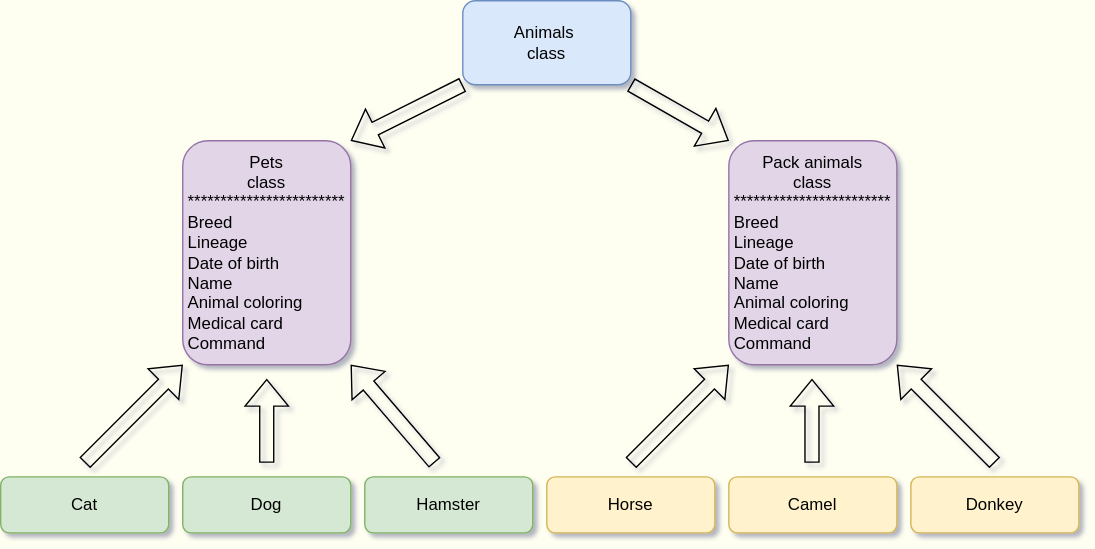
Earlier version of the draw.io export The_Developer_Is_a Programmer_Specialization/Animals_diagramm/Animals_diagramm.svg (lemaks85/Home_Work_Zuev_M). Source tidied: cells renumbered, new cells last; positions are measured from the earlier drawing's top-left corner, leaving out a move shared by most shapes. Source of this version:
```xml
<mxGraphModel background="#FFFFF1" shadow="1">
  <root>
    <mxCell id="0" />
    <mxCell id="1" parent="0" />
    <mxCell id="2" value="Animals&amp;nbsp;&lt;div&gt;class&lt;/div&gt;" style="rounded=1;whiteSpace=wrap;html=1;fillColor=#dae8fc;strokeColor=#6c8ebf;" parent="1" vertex="1">
      <mxGeometry x="330" width="120" height="60" as="geometry" />
    </mxCell>
    <mxCell id="3" value="Pets&lt;div&gt;class&lt;/div&gt;&lt;div&gt;************************&lt;/div&gt;&lt;div style=&quot;text-align: left;&quot;&gt;&lt;div&gt;Breed&lt;/div&gt;&lt;div&gt;Lineage&lt;/div&gt;&lt;div&gt;Date of birth&lt;br&gt;&lt;/div&gt;&lt;div&gt;Name&lt;/div&gt;&lt;div&gt;Animal coloring&lt;br&gt;&lt;/div&gt;&lt;div&gt;Medical card&lt;br&gt;&lt;/div&gt;&lt;div&gt;Command&lt;/div&gt;&lt;/div&gt;" style="rounded=1;whiteSpace=wrap;html=1;fillColor=#e1d5e7;strokeColor=#9673a6;" parent="1" vertex="1">
      <mxGeometry x="130" y="100" width="120" height="160" as="geometry" />
    </mxCell>
    <mxCell id="4" value="Pack animals&lt;div&gt;class&lt;/div&gt;&lt;div&gt;************************&lt;/div&gt;&lt;div style=&quot;text-align: left;&quot;&gt;&lt;div&gt;Breed&lt;/div&gt;&lt;div&gt;Lineage&lt;/div&gt;&lt;div&gt;Date of birth&lt;br&gt;&lt;/div&gt;&lt;div&gt;Name&lt;/div&gt;&lt;div&gt;Animal coloring&lt;br&gt;&lt;/div&gt;&lt;div&gt;Medical card&lt;br&gt;&lt;/div&gt;&lt;div&gt;Command&lt;/div&gt;&lt;/div&gt;" style="rounded=1;whiteSpace=wrap;html=1;fillColor=#e1d5e7;strokeColor=#9673a6;" parent="1" vertex="1">
      <mxGeometry x="520" y="100" width="120" height="160" as="geometry" />
    </mxCell>
    <mxCell id="5" value="Cat" style="rounded=1;whiteSpace=wrap;html=1;fillColor=#d5e8d4;strokeColor=#82b366;" parent="1" vertex="1">
      <mxGeometry y="340" width="120" height="40" as="geometry" />
    </mxCell>
    <mxCell id="6" value="Dog" style="rounded=1;whiteSpace=wrap;html=1;fillColor=#d5e8d4;strokeColor=#82b366;" parent="1" vertex="1">
      <mxGeometry x="130" y="340" width="120" height="40" as="geometry" />
    </mxCell>
    <mxCell id="7" value="Hamster" style="rounded=1;whiteSpace=wrap;html=1;fillColor=#d5e8d4;strokeColor=#82b366;" parent="1" vertex="1">
      <mxGeometry x="260" y="340" width="120" height="40" as="geometry" />
    </mxCell>
    <mxCell id="8" value="&lt;div&gt;Horse&lt;/div&gt;" style="rounded=1;whiteSpace=wrap;html=1;fillColor=#fff2cc;strokeColor=#d6b656;" parent="1" vertex="1">
      <mxGeometry x="390" y="340" width="120" height="40" as="geometry" />
    </mxCell>
    <mxCell id="9" value="Camel" style="rounded=1;whiteSpace=wrap;html=1;fillColor=#fff2cc;strokeColor=#d6b656;" parent="1" vertex="1">
      <mxGeometry x="520" y="340" width="120" height="40" as="geometry" />
    </mxCell>
    <mxCell id="10" value="Donkey" style="rounded=1;whiteSpace=wrap;html=1;fillColor=#fff2cc;strokeColor=#d6b656;" parent="1" vertex="1">
      <mxGeometry x="650" y="340" width="120" height="40" as="geometry" />
    </mxCell>
    <mxCell id="11" style="shape=flexArrow;endArrow=classic;html=1;rounded=0;exitX=0;exitY=1;exitDx=0;exitDy=0;entryX=1;entryY=0;entryDx=0;entryDy=0;" parent="1" edge="1" source="2" target="3">
      <mxGeometry relative="1" as="geometry" />
    </mxCell>
    <mxCell id="12" style="shape=flexArrow;endArrow=classic;html=1;rounded=0;exitX=1;exitY=1;exitDx=0;exitDy=0;entryX=0;entryY=0;entryDx=0;entryDy=0;" parent="1" edge="1" source="2" target="4">
      <mxGeometry relative="1" as="geometry" />
    </mxCell>
    <mxCell id="13" style="shape=flexArrow;endArrow=classic;html=1;rounded=0;" parent="1" edge="1">
      <mxGeometry relative="1" as="geometry">
        <mxPoint x="190" y="330" as="sourcePoint" />
        <mxPoint x="190" y="270" as="targetPoint" />
      </mxGeometry>
    </mxCell>
    <mxCell id="14" style="shape=flexArrow;endArrow=classic;html=1;rounded=0;" parent="1" edge="1">
      <mxGeometry relative="1" as="geometry">
        <mxPoint x="579.4" y="330" as="sourcePoint" />
        <mxPoint x="579.4" y="270" as="targetPoint" />
      </mxGeometry>
    </mxCell>
    <mxCell id="15" style="shape=flexArrow;endArrow=classic;html=1;rounded=0;entryX=1;entryY=1;entryDx=0;entryDy=0;" parent="1" edge="1" target="3">
      <mxGeometry relative="1" as="geometry">
        <mxPoint x="310" y="330" as="sourcePoint" />
      </mxGeometry>
    </mxCell>
    <mxCell id="16" style="shape=flexArrow;endArrow=classic;html=1;rounded=0;entryX=1;entryY=1;entryDx=0;entryDy=0;" parent="1" edge="1" target="4">
      <mxGeometry relative="1" as="geometry">
        <mxPoint x="710" y="330" as="sourcePoint" />
      </mxGeometry>
    </mxCell>
    <mxCell id="17" style="shape=flexArrow;endArrow=classic;html=1;rounded=0;entryX=0;entryY=1;entryDx=0;entryDy=0;" parent="1" edge="1" target="3">
      <mxGeometry relative="1" as="geometry">
        <mxPoint x="60" y="330" as="sourcePoint" />
      </mxGeometry>
    </mxCell>
    <mxCell id="18" style="shape=flexArrow;endArrow=classic;html=1;rounded=0;entryX=0;entryY=1;entryDx=0;entryDy=0;" parent="1" edge="1" target="4">
      <mxGeometry relative="1" as="geometry">
        <mxPoint x="450" y="330" as="sourcePoint" />
      </mxGeometry>
    </mxCell>
  </root>
</mxGraphModel>
```
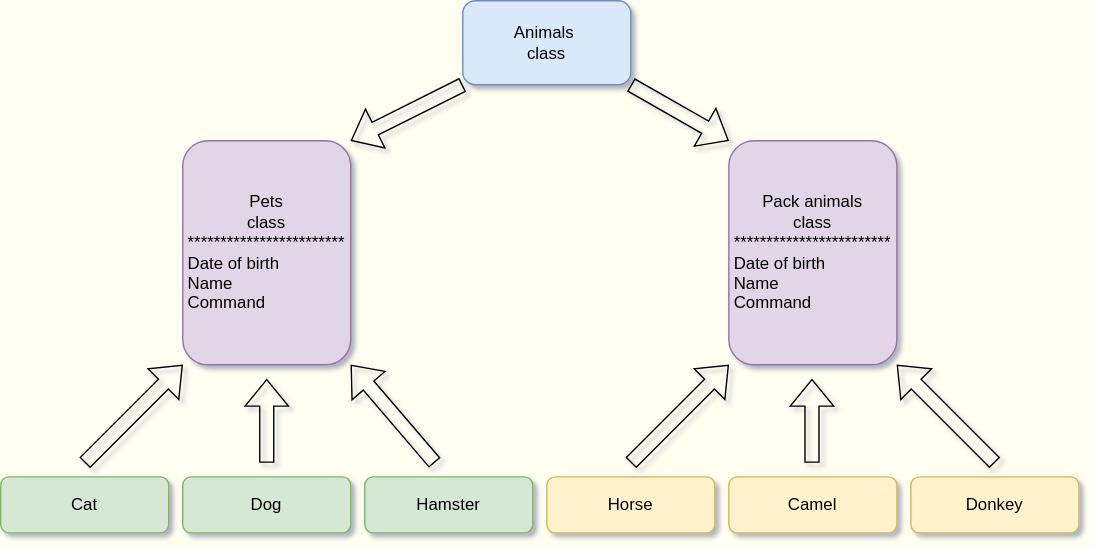
The same file after the commit.

The edit, as a diff of the source:
```diff
@@ -5,10 +5,10 @@
     <mxCell id="2" value="Animals&amp;nbsp;&lt;div&gt;class&lt;/div&gt;" style="rounded=1;whiteSpace=wrap;html=1;fillColor=#dae8fc;strokeColor=#6c8ebf;" parent="1" vertex="1">
       <mxGeometry x="330" width="120" height="60" as="geometry" />
     </mxCell>
-    <mxCell id="3" value="Pets&lt;div&gt;class&lt;/div&gt;&lt;div&gt;************************&lt;/div&gt;&lt;div style=&quot;text-align: left;&quot;&gt;&lt;div&gt;Breed&lt;/div&gt;&lt;div&gt;Lineage&lt;/div&gt;&lt;div&gt;Date of birth&lt;br&gt;&lt;/div&gt;&lt;div&gt;Name&lt;/div&gt;&lt;div&gt;Animal coloring&lt;br&gt;&lt;/div&gt;&lt;div&gt;Medical card&lt;br&gt;&lt;/div&gt;&lt;div&gt;Command&lt;/div&gt;&lt;/div&gt;" style="rounded=1;whiteSpace=wrap;html=1;fillColor=#e1d5e7;strokeColor=#9673a6;" parent="1" vertex="1">
+    <mxCell id="3" value="Pets&lt;div&gt;class&lt;/div&gt;&lt;div&gt;************************&lt;/div&gt;&lt;div style=&quot;text-align: left;&quot;&gt;&lt;div&gt;Date of birth&lt;br&gt;&lt;/div&gt;&lt;div&gt;Name&lt;/div&gt;&lt;div&gt;Command&lt;/div&gt;&lt;/div&gt;" style="rounded=1;whiteSpace=wrap;html=1;fillColor=#e1d5e7;strokeColor=#9673a6;" parent="1" vertex="1">
       <mxGeometry x="130" y="100" width="120" height="160" as="geometry" />
     </mxCell>
-    <mxCell id="4" value="Pack animals&lt;div&gt;class&lt;/div&gt;&lt;div&gt;************************&lt;/div&gt;&lt;div style=&quot;text-align: left;&quot;&gt;&lt;div&gt;Breed&lt;/div&gt;&lt;div&gt;Lineage&lt;/div&gt;&lt;div&gt;Date of birth&lt;br&gt;&lt;/div&gt;&lt;div&gt;Name&lt;/div&gt;&lt;div&gt;Animal coloring&lt;br&gt;&lt;/div&gt;&lt;div&gt;Medical card&lt;br&gt;&lt;/div&gt;&lt;div&gt;Command&lt;/div&gt;&lt;/div&gt;" style="rounded=1;whiteSpace=wrap;html=1;fillColor=#e1d5e7;strokeColor=#9673a6;" parent="1" vertex="1">
+    <mxCell id="4" value="Pack animals&lt;div&gt;class&lt;/div&gt;&lt;div&gt;************************&lt;/div&gt;&lt;div style=&quot;text-align: left;&quot;&gt;&lt;div&gt;Date of birth&lt;br&gt;&lt;/div&gt;&lt;div&gt;Name&lt;/div&gt;&lt;div&gt;Command&lt;/div&gt;&lt;/div&gt;" style="rounded=1;whiteSpace=wrap;html=1;fillColor=#e1d5e7;strokeColor=#9673a6;" parent="1" vertex="1">
       <mxGeometry x="520" y="100" width="120" height="160" as="geometry" />
     </mxCell>
     <mxCell id="5" value="Cat" style="rounded=1;whiteSpace=wrap;html=1;fillColor=#d5e8d4;strokeColor=#82b366;" parent="1" vertex="1">
```
